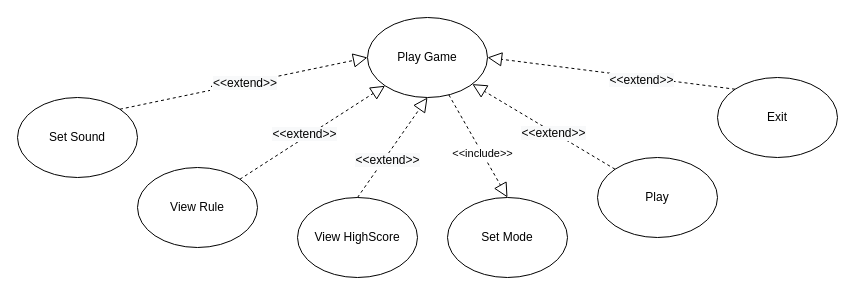
Earlier version of the draw.io diagram page "USECASE Start" (4 of 9) of Untitled Diagram.drawio (huytruengusi/Battleship-OOP). Source tidied: cells renumbered, new cells numbered last; positions are measured from the earlier drawing's top-left corner, leaving out a move shared by most shapes. Both pictures are drawn from the tidied source at 100%, with x=0, y=0 at pixel (17, 17).
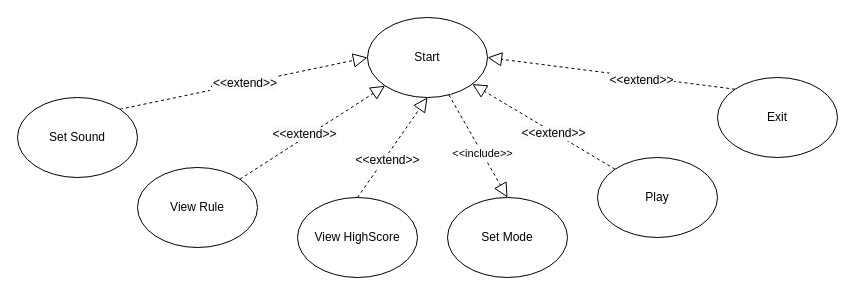
The same diagram, later.

Diff of the diagram source:
```diff
@@
-    <mxCell id="2" value="Play Game" style="ellipse;whiteSpace=wrap;html=1;strokeColor=default;" parent="1" vertex="1">
+    <mxCell id="2" value="Start" style="ellipse;whiteSpace=wrap;html=1;strokeColor=default;" parent="1" vertex="1">
       <mxGeometry x="350" width="120" height="80" as="geometry" />
     </mxCell>
```
